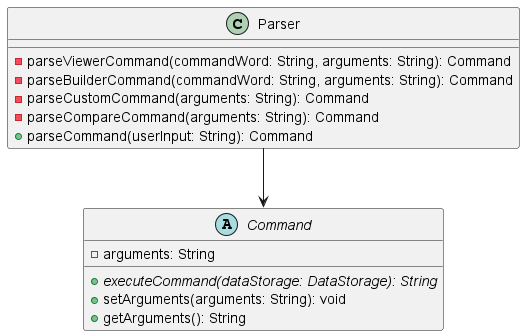
The PlantUML diagram docs/uml-pictures/ParserClass.png in typingpanda/tp, before a commit.
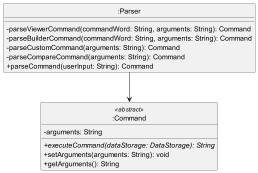
Above is the later version.

Commit message:
Update ViewerAddCommand to include the activation bar Update ParserClass class diagram to follow standard practice for diagrams

Diff of the diagram source:
```diff
@@ -1,4 +1,8 @@
 @startuml
+skinparam classAttributeIconSize 0
+
+class ":Parser" as Parser
+class ":Command" as Command
 
 class Parser {
     -parseViewerCommand(commandWord: String, arguments: String): Command
@@ -8,7 +12,7 @@
     +parseCommand(userInput: String): Command
 }
 
-abstract class Command {
+class Command <<abstract>>{
     - arguments: String
     {abstract} + executeCommand(dataStorage: DataStorage): String
     + setArguments(arguments: String): void
@@ -18,6 +22,9 @@
 
 Parser --> Command
 
+hide Parser circle
+hide Command circle
+
 
 
 @enduml
```
